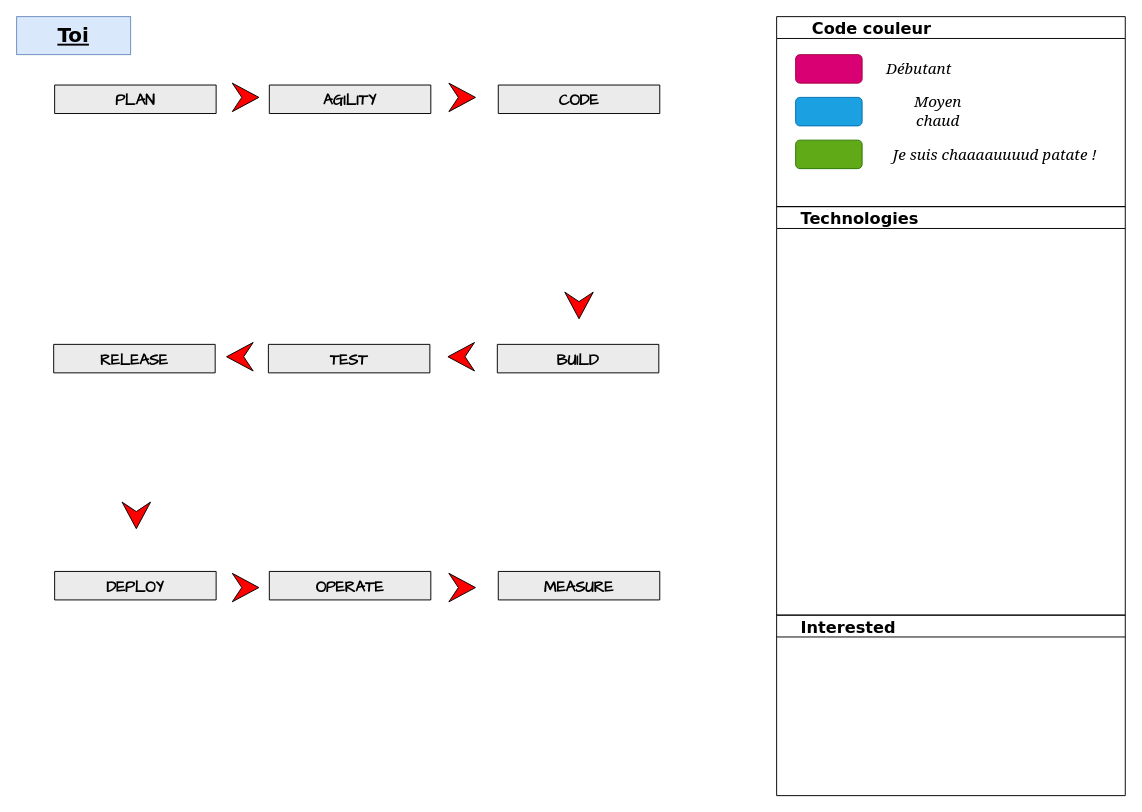
Before: skills.drawio in teolia/TeoSchool_skills, a draw.io diagram. Source tidied: cells renumbered, new cells numbered last; positions are measured from the earlier drawing's top-left corner, leaving out a move shared by most shapes. Both pictures are drawn from the tidied source at 95%, with x=0, y=0 at pixel (16, 16).
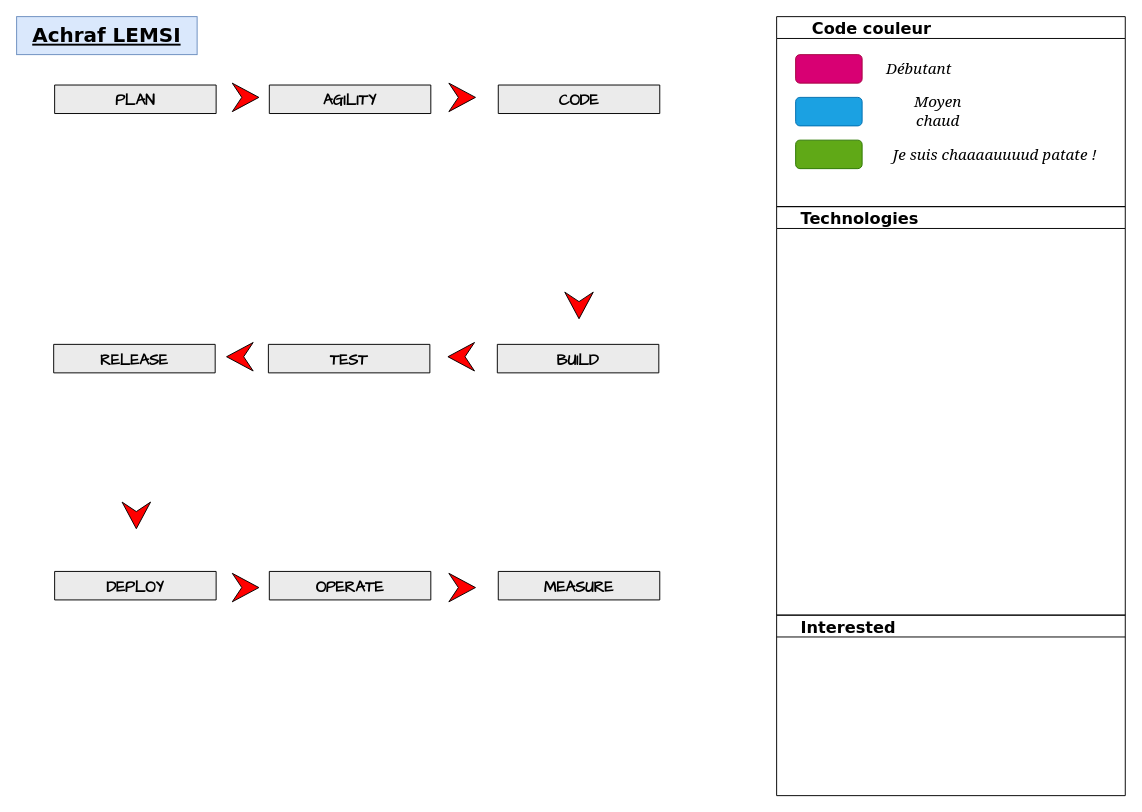
Above is the later version.

The edit, as a diff of the source:
```diff
@@
-    <mxCell id="2" value="Toi" style="rounded=0;whiteSpace=wrap;html=1;labelBackgroundColor=none;fontFamily=Verdana;fontSize=21;fillColor=#dae8fc;fontStyle=5;strokeColor=#6c8ebf;" parent="1" vertex="1">
-      <mxGeometry width="120" height="40" as="geometry" />
+    <mxCell id="2" value="Achraf LEMSI" style="rounded=0;whiteSpace=wrap;html=1;labelBackgroundColor=none;fontFamily=Verdana;fontSize=21;fillColor=#dae8fc;fontStyle=5;strokeColor=#6c8ebf;" parent="1" vertex="1">
+      <mxGeometry width="190" height="40" as="geometry" />
     </mxCell>
```
